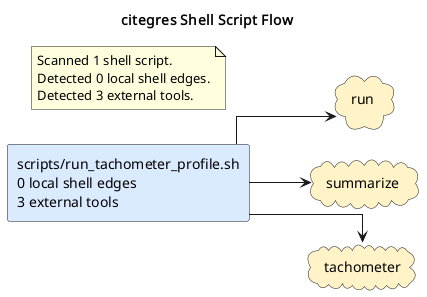
Before: docs/diagrams/shell-call-graph.puml.png, a diagram exported from PlantUML (casonk/citegres). The source it was exported from:
```plantuml
@startuml
title citegres Shell Script Flow
left to right direction
skinparam shadowing false
skinparam defaultFontName Monospace
skinparam componentStyle rectangle
skinparam linetype ortho
rectangle "scripts/run_tachometer_profile.sh\n0 local shell edges\n3 external tools" as shell_scripts_run_tachometer_profile_sh #DBEAFE
cloud "run" as tool_run #FEF3C7
cloud "summarize" as tool_summarize #FEF3C7
cloud "tachometer" as tool_tachometer #FEF3C7
shell_scripts_run_tachometer_profile_sh --> tool_run
shell_scripts_run_tachometer_profile_sh --> tool_summarize
shell_scripts_run_tachometer_profile_sh --> tool_tachometer
note as shellGraphSummary
Scanned 1 shell script.
Detected 0 local shell edges.
Detected 3 external tools.
end note
@enduml
```
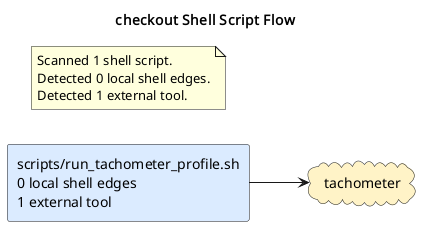
Above is the later version.

The edit, as a diff of the source:
```diff
@@ -1,20 +1,16 @@
 @startuml
-title citegres Shell Script Flow
+title checkout Shell Script Flow
 left to right direction
 skinparam shadowing false
 skinparam defaultFontName Monospace
 skinparam componentStyle rectangle
 skinparam linetype ortho
-rectangle "scripts/run_tachometer_profile.sh\n0 local shell edges\n3 external tools" as shell_scripts_run_tachometer_profile_sh #DBEAFE
-cloud "run" as tool_run #FEF3C7
-cloud "summarize" as tool_summarize #FEF3C7
+rectangle "scripts/run_tachometer_profile.sh\n0 local shell edges\n1 external tool" as shell_scripts_run_tachometer_profile_sh #DBEAFE
 cloud "tachometer" as tool_tachometer #FEF3C7
-shell_scripts_run_tachometer_profile_sh --> tool_run
-shell_scripts_run_tachometer_profile_sh --> tool_summarize
 shell_scripts_run_tachometer_profile_sh --> tool_tachometer
 note as shellGraphSummary
 Scanned 1 shell script.
 Detected 0 local shell edges.
-Detected 3 external tools.
+Detected 1 external tool.
 end note
 @enduml
```
